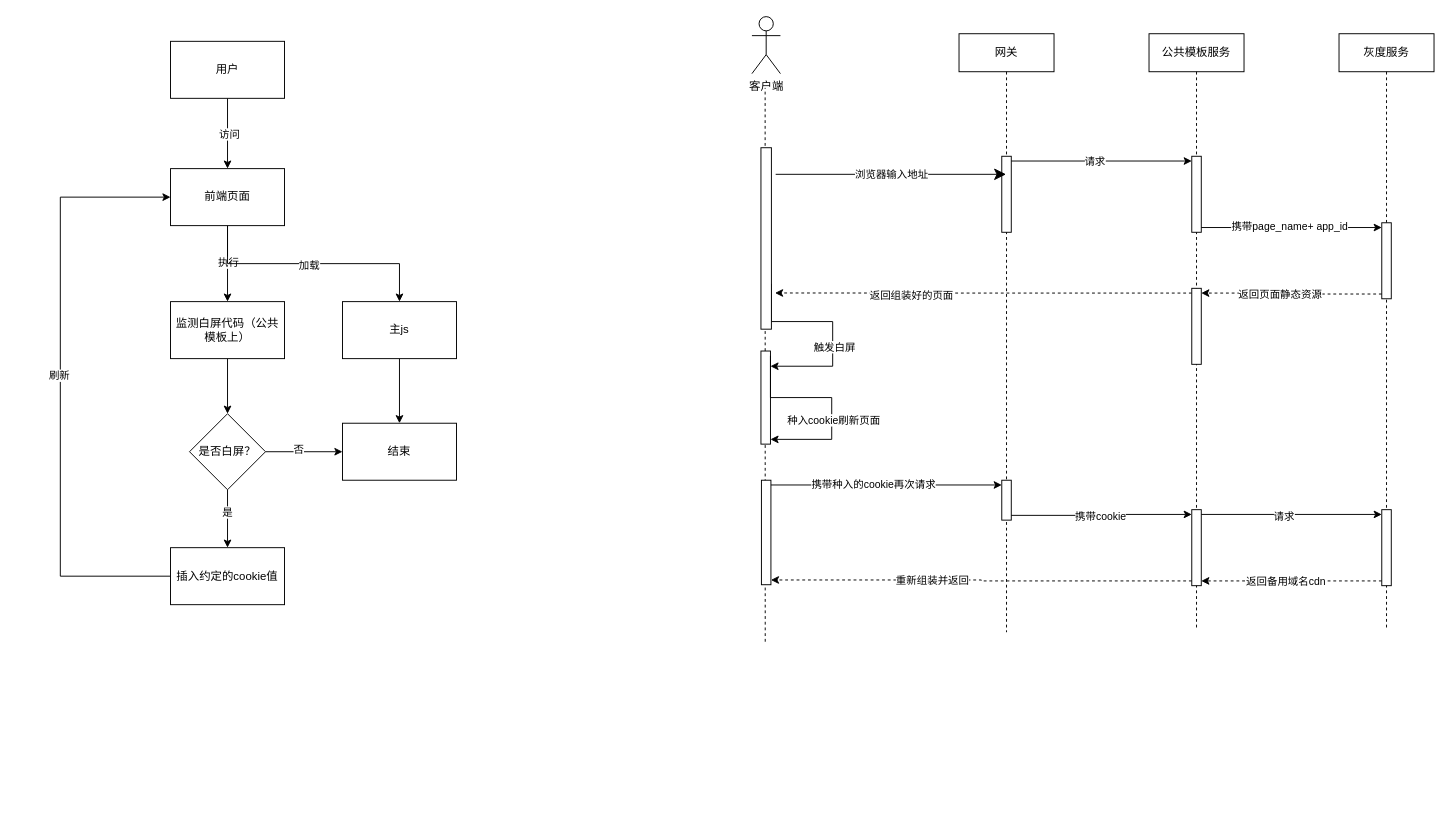
Above: work.drawio in DillionZ/self-drawio (draw.io), before the change. Source tidied: cells renumbered, new cells numbered last; positions are measured from the earlier drawing's top-left corner, leaving out a move shared by most shapes. Both pictures are drawn from the tidied source at 95%, with x=0, y=0 at pixel (60, 16).
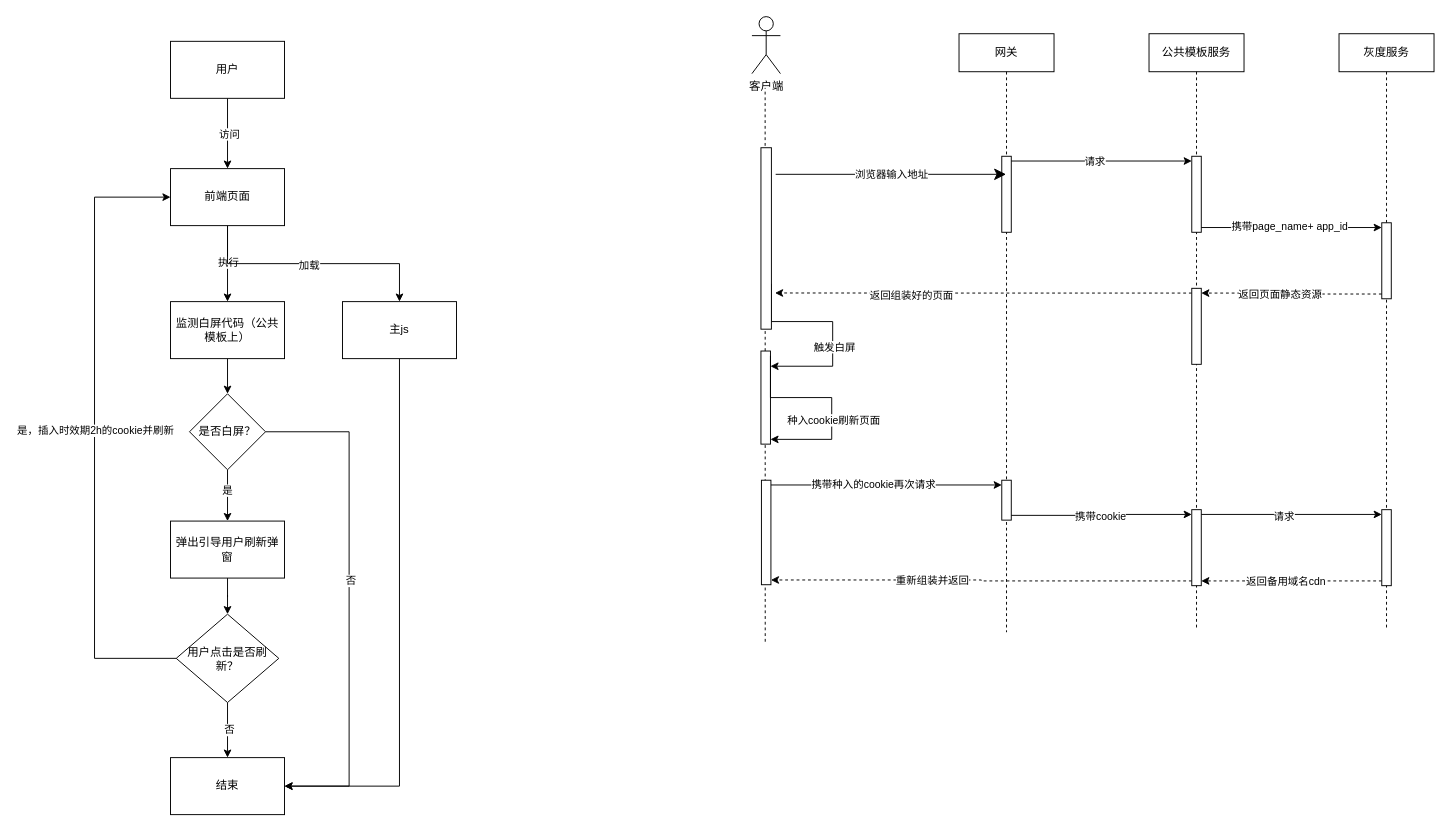
After the change.

The change refers to these unchanged cells:
```xml
<mxCell id="10" value="前端页面" style="rounded=0;whiteSpace=wrap;html=1;" parent="1" vertex="1">
  <mxGeometry x="116" y="160" width="120" height="60" as="geometry" />
</mxCell>
<mxCell id="14" value="主js" style="rounded=0;whiteSpace=wrap;html=1;" parent="1" vertex="1">
  <mxGeometry x="297" y="300" width="120" height="60" as="geometry" />
</mxCell>
```

Diff of the diagram source:
```diff
@@
-    <mxCell id="13" style="edgeStyle=orthogonalEdgeStyle;rounded=0;jettySize=auto;html=1;exitX=0.5;exitY=1;exitDx=0;exitDy=0;entryX=0.5;entryY=0;entryDx=0;entryDy=0;" parent="1" edge="1" source="14" target="23">
+    <mxCell id="13" style="edgeStyle=orthogonalEdgeStyle;rounded=0;jettySize=auto;html=1;exitX=0.5;exitY=1;exitDx=0;exitDy=0;entryX=1;entryY=0.5;entryDx=0;entryDy=0;" parent="1" edge="1" source="14" target="23">
       <mxGeometry relative="1" as="geometry" />
     </mxCell>
@@
-    <mxCell id="17" style="edgeStyle=orthogonalEdgeStyle;rounded=0;jettySize=auto;html=1;" parent="1" edge="1" source="19" target="23">
-      <mxGeometry relative="1" as="geometry" />
+    <mxCell id="17" style="edgeStyle=orthogonalEdgeStyle;rounded=0;jettySize=auto;html=1;exitX=1;exitY=0.5;exitDx=0;exitDy=0;entryX=1;entryY=0.5;entryDx=0;entryDy=0;" parent="1" edge="1" source="19" target="23">
+      <mxGeometry relative="1" as="geometry">
+        <Array as="points">
+          <mxPoint x="304" y="437" />
+          <mxPoint x="304" y="810" />
+        </Array>
+      </mxGeometry>
     </mxCell>
-    <mxCell id="18" value="否" style="edgeLabel;html=1;align=center;verticalAlign=middle;" parent="17" vertex="1">
-      <mxGeometry x="-0.16" y="3" relative="1" as="geometry" />
-    </mxCell>
+    <mxCell id="64" value="否" style="edgeLabel;html=1;align=center;verticalAlign=middle;" parent="17" vertex="1">
+      <mxGeometry x="-0.08" y="1" relative="1" as="geometry">
+        <mxPoint y="1" as="offset" />
+      </mxGeometry>
+    </mxCell>
     <mxCell id="19" value="是否白屏？" style="rhombus;whiteSpace=wrap;html=1;" parent="1" vertex="1">
-      <mxGeometry x="136" y="418" width="80" height="80" as="geometry" />
+      <mxGeometry x="136" y="397" width="80" height="80" as="geometry" />
     </mxCell>
-    <mxCell id="20" style="edgeStyle=orthogonalEdgeStyle;rounded=0;jettySize=auto;html=1;exitX=0;exitY=0.5;exitDx=0;exitDy=0;entryX=0;entryY=0.5;entryDx=0;entryDy=0;" parent="1" edge="1" source="22" target="10">
-      <mxGeometry relative="1" as="geometry">
-        <Array as="points">
-          <mxPoint y="589" />
-          <mxPoint y="190" />
-        </Array>
-      </mxGeometry>
-    </mxCell>
-    <mxCell id="21" value="刷新" style="edgeLabel;html=1;align=center;verticalAlign=middle;" parent="20" vertex="1">
-      <mxGeometry x="0.04" y="2" relative="1" as="geometry" />
-    </mxCell>
+    <mxCell id="65" style="edgeStyle=orthogonalEdgeStyle;rounded=0;jettySize=auto;html=1;" parent="1" edge="1" source="22" target="70">
+      <mxGeometry relative="1" as="geometry" />
+    </mxCell>
-    <mxCell id="22" value="插入约定的cookie值" style="whiteSpace=wrap;html=1;" parent="1" vertex="1">
-      <mxGeometry x="116" y="559" width="120" height="60" as="geometry" />
+    <mxCell id="22" value="弹出引导用户刷新弹窗" style="whiteSpace=wrap;html=1;" parent="1" vertex="1">
+      <mxGeometry x="116" y="531" width="120" height="60" as="geometry" />
     </mxCell>
-    <mxCell id="23" value="结束" style="whiteSpace=wrap;html=1;" parent="1" vertex="1">
-      <mxGeometry x="297" y="428" width="120" height="60" as="geometry" />
-    </mxCell>
@@
+    <mxCell id="66" style="edgeStyle=orthogonalEdgeStyle;rounded=0;jettySize=auto;html=1;exitX=0;exitY=0.5;exitDx=0;exitDy=0;entryX=0;entryY=0.5;entryDx=0;entryDy=0;" parent="1" edge="1" source="70" target="10">
+      <mxGeometry relative="1" as="geometry">
+        <Array as="points">
+          <mxPoint x="36" y="676" />
+          <mxPoint x="36" y="190" />
+        </Array>
+      </mxGeometry>
+    </mxCell>
+    <mxCell id="67" value="是，插入时效期2h的cookie并刷新" style="edgeLabel;html=1;align=center;verticalAlign=middle;" parent="66" vertex="1">
+      <mxGeometry relative="1" as="geometry" />
+    </mxCell>
+    <mxCell id="68" style="edgeStyle=orthogonalEdgeStyle;rounded=0;jettySize=auto;html=1;" parent="1" edge="1" source="70" target="23">
+      <mxGeometry relative="1" as="geometry" />
+    </mxCell>
+    <mxCell id="69" value="否" style="edgeLabel;html=1;align=center;verticalAlign=middle;" parent="68" vertex="1">
+      <mxGeometry x="-0.05" y="1" relative="1" as="geometry" />
+    </mxCell>
+    <mxCell id="70" value="用户点击是否刷新？" style="rhombus;whiteSpace=wrap;html=1;" parent="1" vertex="1">
+      <mxGeometry x="122" y="629" width="108" height="93" as="geometry" />
+    </mxCell>
+    <mxCell id="23" value="结束" style="whiteSpace=wrap;html=1;" parent="1" vertex="1">
+      <mxGeometry x="116" y="780" width="120" height="60" as="geometry" />
+    </mxCell>
```
